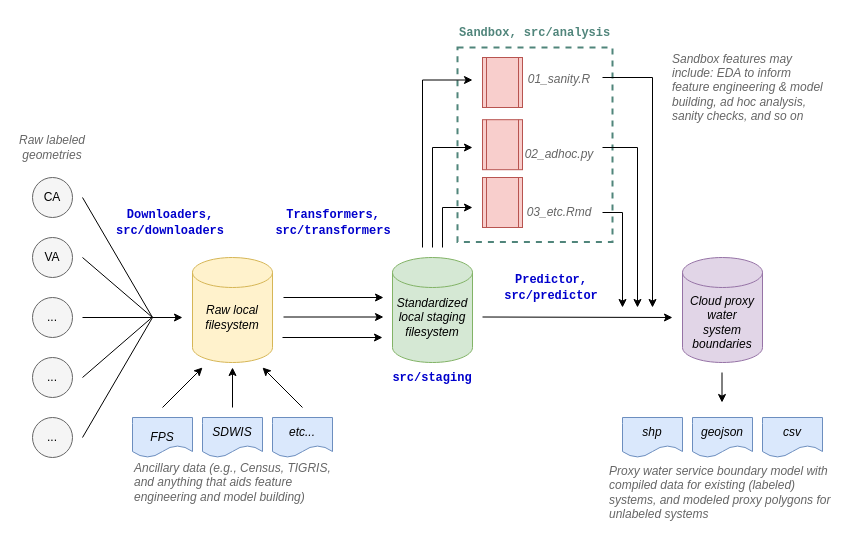
The draw.io diagram wsb.drawio in richpauloo/drawio, before the edit. Source tidied: cells renumbered, new cells numbered last; positions are measured from the earlier drawing's top-left corner, leaving out a move shared by most shapes. Both pictures are drawn from the tidied source at 100%, with x=0, y=0 at pixel (17, 17).
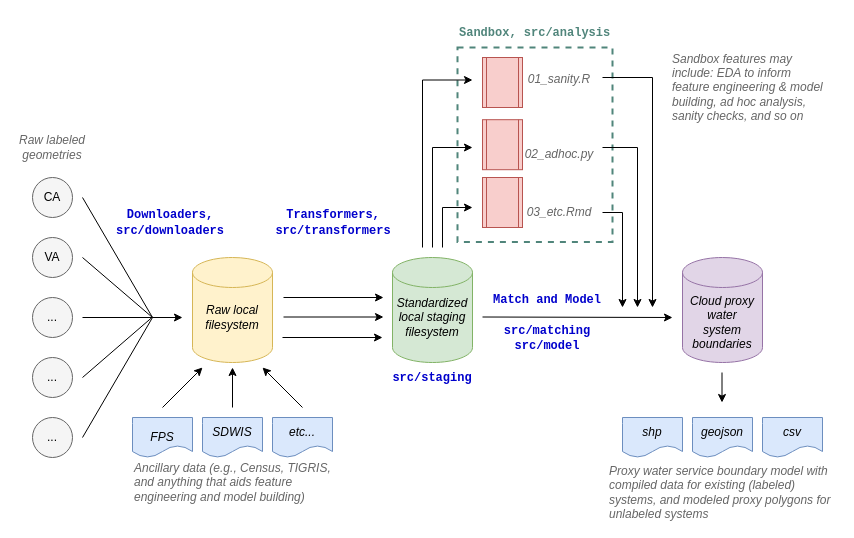
After the change.

The edit, as a diff of the source:
```diff
@@
-    <mxCell id="40" value="&lt;b&gt;&lt;font face=&quot;Courier New&quot;&gt;Predictor,&lt;br&gt;src/predictor&lt;br&gt;&lt;/font&gt;&lt;/b&gt;" style="text;html=1;strokeColor=none;fillColor=none;align=center;verticalAlign=middle;whiteSpace=wrap;rounded=0;fontColor=#0000CC;" parent="1" vertex="1">
-      <mxGeometry x="503.8" y="255" width="60" height="30" as="geometry" />
+    <mxCell id="40" value="&lt;b&gt;&lt;font face=&quot;Courier New&quot; style=&quot;font-size: 12px&quot;&gt;Match and Model &lt;br&gt;&lt;br&gt;src/matching&lt;br&gt;src/model&lt;br&gt;&lt;/font&gt;&lt;/b&gt;" style="text;html=1;strokeColor=none;fillColor=none;align=center;verticalAlign=middle;whiteSpace=wrap;rounded=0;fontColor=#0000CC;" parent="1" vertex="1">
+      <mxGeometry x="445" y="290" width="170" height="30" as="geometry" />
     </mxCell>
```
